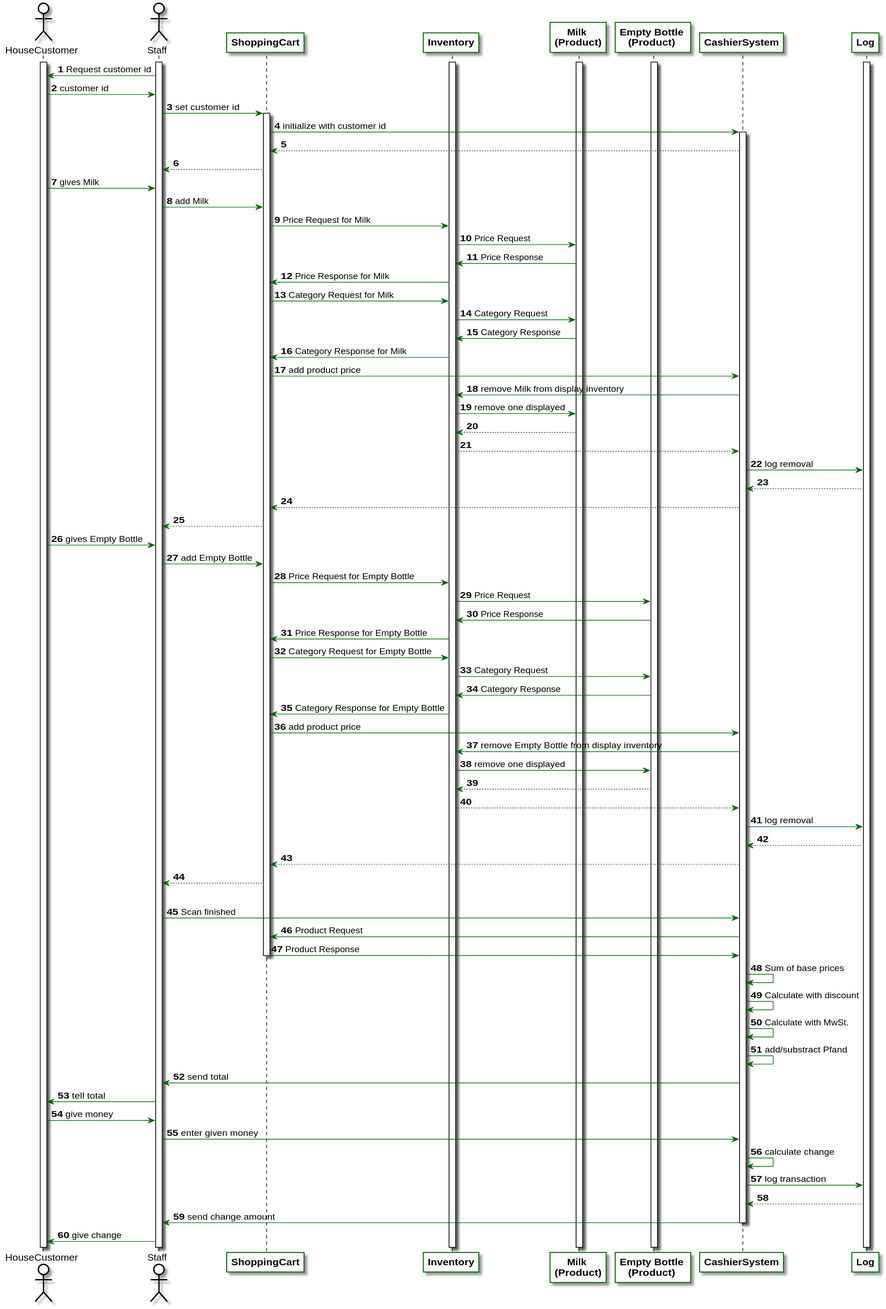
This is src/main/asciidoc/models/analysis/SequenceDiagrams/SequenceDiagram1.svg from LimitlessGreen/swt18w43, a PlantUML export, as it was before one commit.
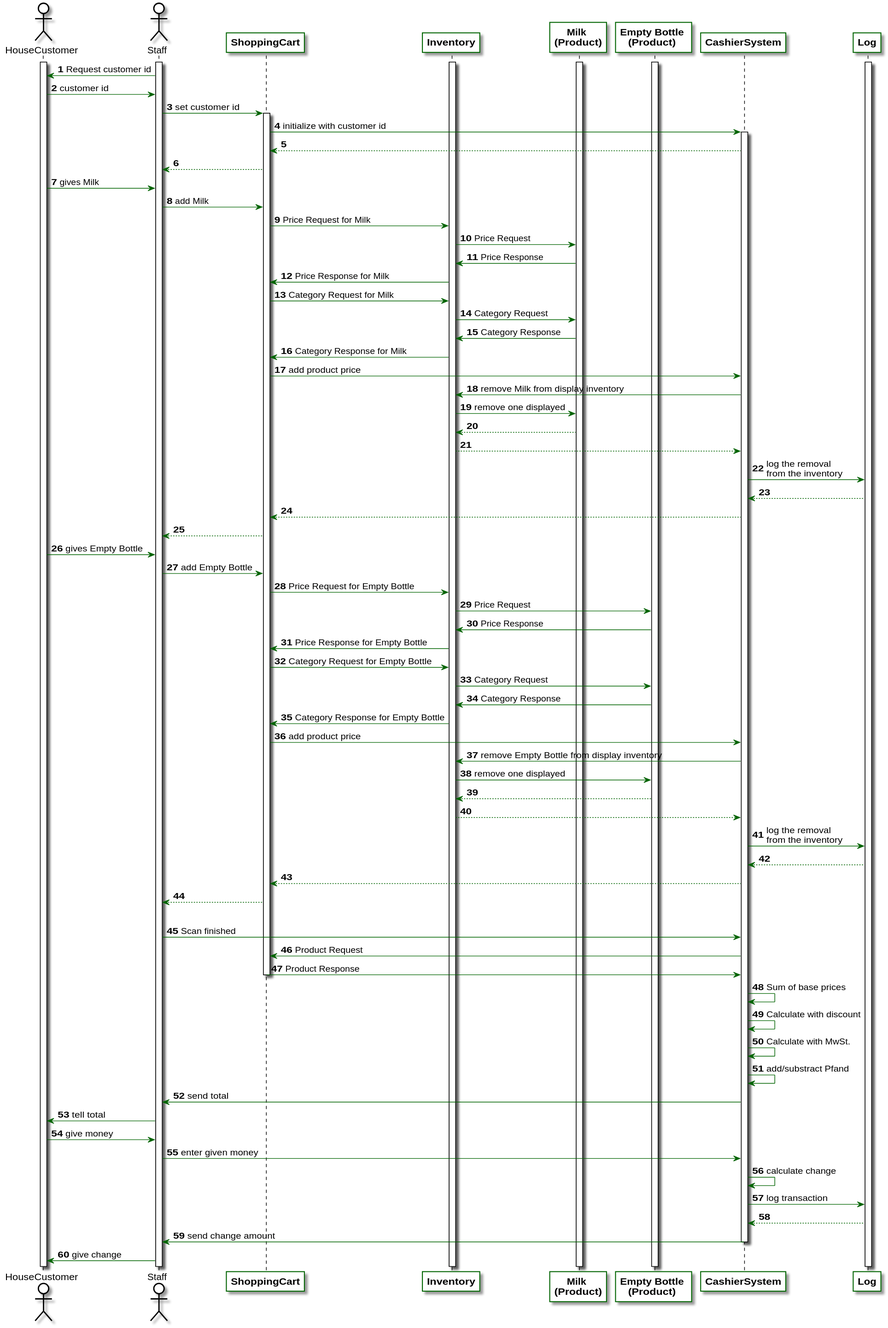
The same diagram one commit later.

Change to the diagram source:
```diff
@@ -72,7 +72,7 @@
     Inventory -> Product1: remove one displayed
     Inventory <-- Product1
     Inventory --> CashierSystem
-    CashierSystem -> Log: log removal
+    CashierSystem -> Log: log the removal \nfrom the inventory
     Log --> CashierSystem
     CashierSystem --> ShoppingCart
 
@@ -97,7 +97,7 @@
     Inventory -> Product2: remove one displayed
     Inventory <-- Product2
     Inventory --> CashierSystem
-    CashierSystem -> Log: log removal
+    CashierSystem -> Log: log the removal \nfrom the inventory
     Log --> CashierSystem
     CashierSystem --> ShoppingCart
 
```
